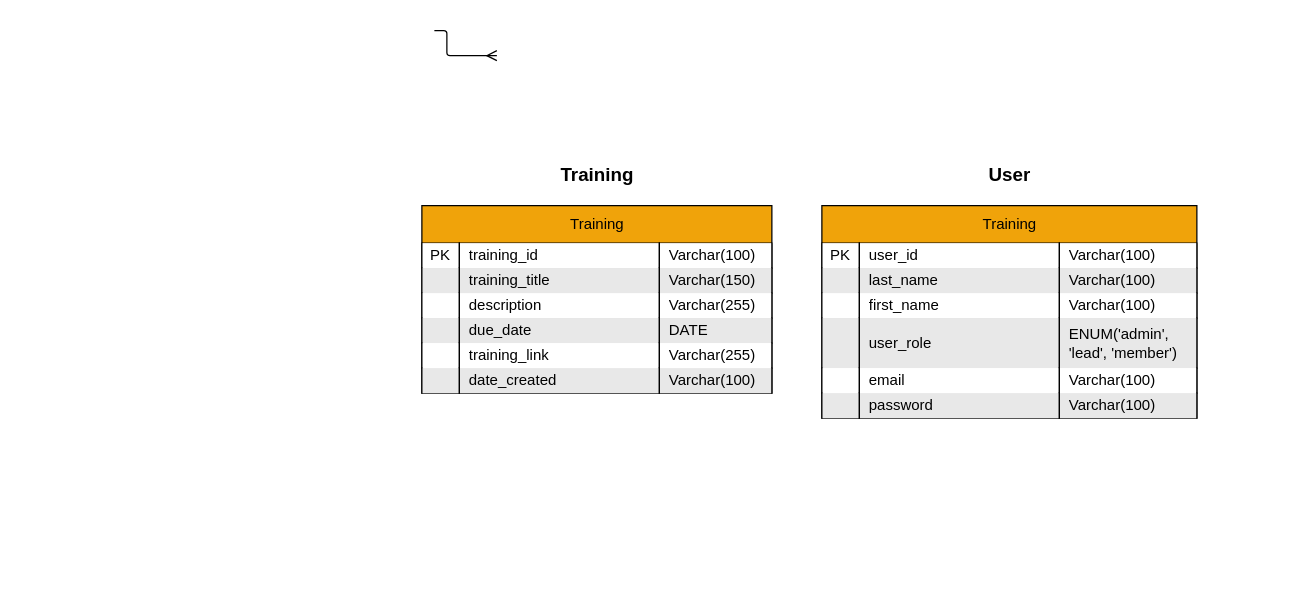
This is training-app/MJC_trainingmanagement.drawio from johncuster/TrainingNotificationCenter, a draw.io file, before an edit. Source tidied: cells renumbered, new cells numbered last; positions are measured from the earlier drawing's top-left corner, leaving out a move shared by most shapes. Both pictures are drawn from the tidied source at 125%, with x=0, y=0 at pixel (421, 30).
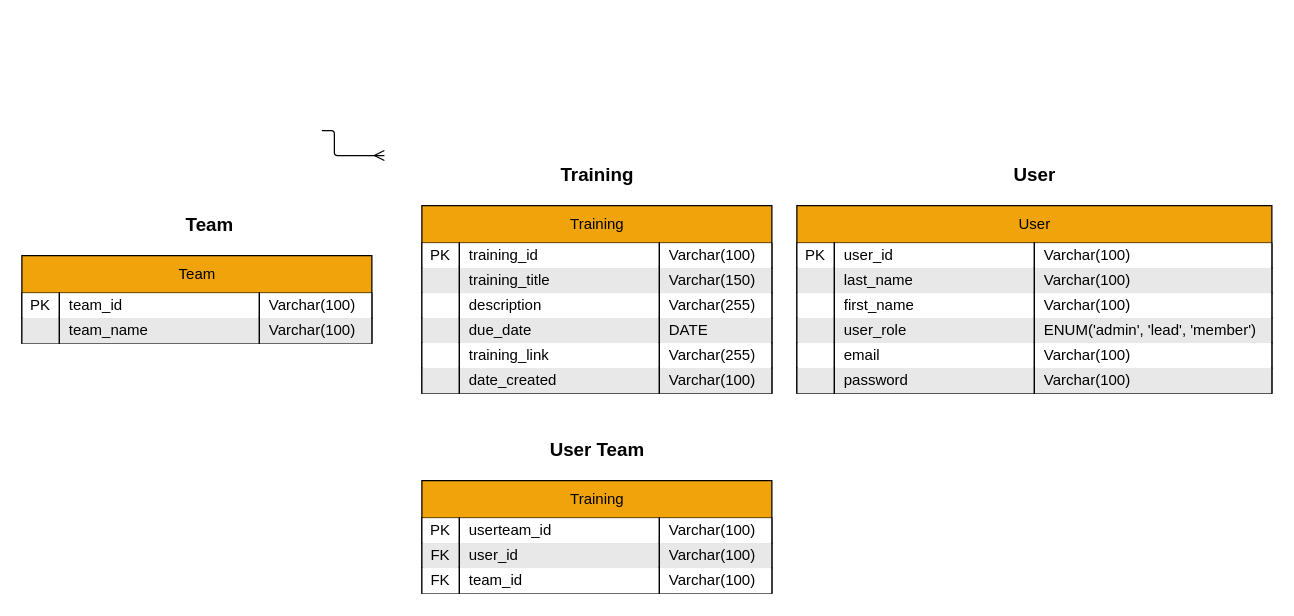
After the change.

The edit, as a diff of the source:
```diff
@@
     <mxCell id="28" style="edgeStyle=orthogonalEdgeStyle;rounded=1;hachureGap=4;orthogonalLoop=1;jettySize=auto;html=1;exitX=1;exitY=0.5;exitDx=0;exitDy=0;entryX=0;entryY=0.5;entryDx=0;entryDy=0;fontFamily=Architects Daughter;fontSize=16;strokeColor=default;arcSize=5;endArrow=ERmany;endFill=0;fillOpacity=100;snapToPoint=1;" parent="1" edge="1">
       <mxGeometry relative="1" as="geometry">
-        <mxPoint x="10" as="sourcePoint" />
-        <mxPoint x="60" y="20" as="targetPoint" />
+        <mxPoint x="-80" y="79.9" as="sourcePoint" />
+        <mxPoint x="-30" y="99.9" as="targetPoint" />
         <Array as="points">
-          <mxPoint x="20" />
-          <mxPoint x="20" y="20" />
+          <mxPoint x="-70" y="79.9" />
+          <mxPoint x="-70" y="99.9" />
         </Array>
       </mxGeometry>
     </mxCell>
-    <mxCell id="29" value="&lt;span style=&quot;font-weight: normal;&quot;&gt;Training&lt;br&gt;&lt;/span&gt;" style="shape=table;startSize=30;childLayout=tableLayout;rowLines=0;fontStyle=1;align=center;html=1;rounded=0;fillColor=#f0a30a;fontColor=#000000;strokeColor=#000000;comic=0;fillOpacity=100;" parent="1" vertex="1">
-      <mxGeometry x="320" y="140" width="300" height="170" as="geometry" />
+    <mxCell id="29" value="&lt;span style=&quot;font-weight: normal;&quot;&gt;User&lt;br&gt;&lt;/span&gt;" style="shape=table;startSize=30;childLayout=tableLayout;rowLines=0;fontStyle=1;align=center;html=1;rounded=0;fillColor=#f0a30a;fontColor=#000000;strokeColor=#000000;comic=0;fillOpacity=100;" parent="1" vertex="1">
+      <mxGeometry x="300" y="140" width="380" height="150" as="geometry" />
     </mxCell>
     <mxCell id="30" style="shape=tableRow;horizontal=0;startSize=0;swimlaneHead=0;swimlaneBody=0;fillColor=#FFFFFF;top=0;left=0;right=0;bottom=0;rounded=1;fillOpacity=100;" parent="29" vertex="1">
-      <mxGeometry y="30" width="300" height="20" as="geometry" />
+      <mxGeometry y="30" width="380" height="20" as="geometry" />
     </mxCell>
@@
     <mxCell id="33" value="Varchar(100)" style="shape=partialRectangle;fillColor=none;top=0;left=1;bottom=0;right=1;align=left;spacingLeft=6;overflow=hidden;whiteSpace=wrap;html=1;rounded=1;strokeColor=#000000;fillOpacity=100;" parent="30" vertex="1">
-      <mxGeometry x="190" width="110" height="20" as="geometry" />
+      <mxGeometry x="190" width="190" height="20" as="geometry" />
     </mxCell>
     <mxCell id="34" style="shape=tableRow;horizontal=0;startSize=0;swimlaneHead=0;swimlaneBody=0;fillColor=#E8E8E8;top=0;left=0;right=0;bottom=0;rounded=1;fillStyle=auto;fillOpacity=100;" parent="29" vertex="1">
-      <mxGeometry y="50" width="300" height="20" as="geometry" />
+      <mxGeometry y="50" width="380" height="20" as="geometry" />
     </mxCell>
@@
     <mxCell id="37" value="Varchar(100)" style="shape=partialRectangle;fillColor=#E8E8E8;top=0;left=1;bottom=0;right=1;align=left;spacingLeft=6;overflow=hidden;whiteSpace=wrap;html=1;labelBackgroundColor=none;strokeColor=#000000;fillOpacity=100;rounded=1;" parent="34" vertex="1">
-      <mxGeometry x="190" width="110" height="20" as="geometry" />
+      <mxGeometry x="190" width="190" height="20" as="geometry" />
     </mxCell>
     <mxCell id="38" style="shape=tableRow;horizontal=0;startSize=0;swimlaneHead=0;swimlaneBody=0;fillColor=#E8E8E8;top=0;left=0;right=0;bottom=0;rounded=1;fillStyle=auto;fillOpacity=100;" parent="29" vertex="1">
-      <mxGeometry y="70" width="300" height="20" as="geometry" />
+      <mxGeometry y="70" width="380" height="20" as="geometry" />
     </mxCell>
@@
     <mxCell id="41" value="Varchar(100)" style="shape=partialRectangle;fillColor=#FFFFFF;top=0;left=1;bottom=0;right=1;align=left;spacingLeft=6;overflow=hidden;whiteSpace=wrap;html=1;labelBackgroundColor=none;strokeColor=#000000;fillOpacity=100;rounded=1;" parent="38" vertex="1">
-      <mxGeometry x="190" width="110" height="20" as="geometry" />
+      <mxGeometry x="190" width="190" height="20" as="geometry" />
     </mxCell>
     <mxCell id="42" style="shape=tableRow;horizontal=0;startSize=0;swimlaneHead=0;swimlaneBody=0;fillColor=#E8E8E8;top=0;left=0;right=0;bottom=0;rounded=1;fillStyle=auto;fillOpacity=100;" parent="29" vertex="1">
-      <mxGeometry y="90" width="300" height="40" as="geometry" />
+      <mxGeometry y="90" width="380" height="20" as="geometry" />
     </mxCell>
     <mxCell id="43" style="shape=partialRectangle;fillColor=#E8E8E8;top=0;left=1;bottom=0;right=1;overflow=hidden;whiteSpace=wrap;html=1;labelBackgroundColor=none;strokeColor=#000000;fillOpacity=100;rounded=1;" parent="42" vertex="1">
-      <mxGeometry width="30" height="40" as="geometry" />
+      <mxGeometry width="30" height="20" as="geometry" />
     </mxCell>
     <mxCell id="44" value="user_role" style="shape=partialRectangle;fillColor=#E8E8E8;top=0;left=1;bottom=0;right=1;align=left;spacingLeft=6;overflow=hidden;whiteSpace=wrap;html=1;labelBackgroundColor=none;strokeColor=#000000;fillOpacity=100;rounded=1;" parent="42" vertex="1">
-      <mxGeometry x="30" width="160" height="40" as="geometry" />
+      <mxGeometry x="30" width="160" height="20" as="geometry" />
     </mxCell>
     <mxCell id="45" value="ENUM('admin', 'lead', 'member')" style="shape=partialRectangle;fillColor=#E8E8E8;top=0;left=1;bottom=0;right=1;align=left;spacingLeft=6;overflow=hidden;whiteSpace=wrap;html=1;labelBackgroundColor=none;strokeColor=#000000;fillOpacity=100;rounded=1;" parent="42" vertex="1">
-      <mxGeometry x="190" width="110" height="40" as="geometry" />
+      <mxGeometry x="190" width="190" height="20" as="geometry" />
     </mxCell>
     <mxCell id="46" style="shape=tableRow;horizontal=0;startSize=0;swimlaneHead=0;swimlaneBody=0;fillColor=none;top=0;left=0;right=0;bottom=0;rounded=1;fillOpacity=100;" parent="29" vertex="1">
-      <mxGeometry y="130" width="300" height="20" as="geometry" />
+      <mxGeometry y="110" width="380" height="20" as="geometry" />
     </mxCell>
@@
     <mxCell id="49" value="Varchar(100)" style="shape=partialRectangle;fillColor=#FFFFFF;top=0;left=1;bottom=0;right=1;align=left;spacingLeft=6;overflow=hidden;whiteSpace=wrap;html=1;labelBackgroundColor=none;rounded=1;strokeColor=#000000;fillOpacity=100;" parent="46" vertex="1">
-      <mxGeometry x="190" width="110" height="20" as="geometry" />
+      <mxGeometry x="190" width="190" height="20" as="geometry" />
     </mxCell>
     <mxCell id="50" style="shape=tableRow;horizontal=0;startSize=0;swimlaneHead=0;swimlaneBody=0;fillColor=none;top=0;left=0;right=0;bottom=0;rounded=1;fillOpacity=100;" parent="29" vertex="1">
-      <mxGeometry y="150" width="300" height="20" as="geometry" />
+      <mxGeometry y="130" width="380" height="20" as="geometry" />
     </mxCell>
@@
     <mxCell id="53" value="Varchar(100)" style="shape=partialRectangle;fillColor=#E8E8E8;top=0;left=1;bottom=0;right=1;align=left;spacingLeft=6;overflow=hidden;whiteSpace=wrap;html=1;fillOpacity=100;perimeter=rectanglePerimeter;fixDash=0;backgroundOutline=0;strokeOpacity=100;noLabel=0;labelPadding=0;labelBackgroundColor=none;rounded=1;fillStyle=auto;strokeColor=#000000;" parent="50" vertex="1">
-      <mxGeometry x="190" width="110" height="20" as="geometry" />
+      <mxGeometry x="190" width="190" height="20" as="geometry" />
     </mxCell>
     <mxCell id="54" value="User" style="text;html=1;align=center;verticalAlign=middle;strokeColor=none;fillColor=none;fontStyle=1;rounded=1;fontSize=15;fillOpacity=100;" parent="1" vertex="1">
-      <mxGeometry x="440" y="100" width="60" height="30" as="geometry" />
+      <mxGeometry x="460" y="100" width="60" height="30" as="geometry" />
     </mxCell>
+    <mxCell id="55" value="&lt;span style=&quot;font-weight: normal;&quot;&gt;Team&lt;br&gt;&lt;/span&gt;" style="shape=table;startSize=30;childLayout=tableLayout;rowLines=0;fontStyle=1;align=center;html=1;rounded=0;fillColor=#f0a30a;fontColor=#000000;strokeColor=#000000;comic=0;fillOpacity=100;" parent="1" vertex="1">
+      <mxGeometry x="-320" y="180" width="280" height="70" as="geometry" />
+    </mxCell>
+    <mxCell id="56" style="shape=tableRow;horizontal=0;startSize=0;swimlaneHead=0;swimlaneBody=0;fillColor=#FFFFFF;top=0;left=0;right=0;bottom=0;rounded=1;fillOpacity=100;" parent="55" vertex="1">
+      <mxGeometry y="30" width="280" height="20" as="geometry" />
+    </mxCell>
+    <mxCell id="57" value="PK" style="shape=partialRectangle;fillColor=none;top=0;left=1;bottom=0;right=1;overflow=hidden;whiteSpace=wrap;html=1;rounded=1;strokeColor=#000000;fillOpacity=100;" parent="56" vertex="1">
+      <mxGeometry width="30" height="20" as="geometry" />
+    </mxCell>
+    <mxCell id="58" value="team_id" style="shape=partialRectangle;fillColor=none;top=0;left=1;bottom=0;right=1;align=left;spacingLeft=6;overflow=hidden;whiteSpace=wrap;html=1;rounded=1;strokeColor=#000000;fillOpacity=100;" parent="56" vertex="1">
+      <mxGeometry x="30" width="160" height="20" as="geometry" />
+    </mxCell>
+    <mxCell id="59" value="Varchar(100)" style="shape=partialRectangle;fillColor=none;top=0;left=1;bottom=0;right=1;align=left;spacingLeft=6;overflow=hidden;whiteSpace=wrap;html=1;rounded=1;strokeColor=#000000;fillOpacity=100;" parent="56" vertex="1">
+      <mxGeometry x="190" width="90" height="20" as="geometry" />
+    </mxCell>
+    <mxCell id="60" style="shape=tableRow;horizontal=0;startSize=0;swimlaneHead=0;swimlaneBody=0;fillColor=#E8E8E8;top=0;left=0;right=0;bottom=0;rounded=1;fillStyle=auto;fillOpacity=100;" parent="55" vertex="1">
+      <mxGeometry y="50" width="280" height="20" as="geometry" />
+    </mxCell>
+    <mxCell id="61" style="shape=partialRectangle;fillColor=#E8E8E8;top=0;left=1;bottom=0;right=1;overflow=hidden;whiteSpace=wrap;html=1;labelBackgroundColor=none;strokeColor=#000000;fillOpacity=100;rounded=1;" parent="60" vertex="1">
+      <mxGeometry width="30" height="20" as="geometry" />
+    </mxCell>
+    <mxCell id="62" value="team_name" style="shape=partialRectangle;fillColor=#E8E8E8;top=0;left=1;bottom=0;right=1;align=left;spacingLeft=6;overflow=hidden;whiteSpace=wrap;html=1;labelBackgroundColor=none;strokeColor=#000000;fillOpacity=100;rounded=1;" parent="60" vertex="1">
+      <mxGeometry x="30" width="160" height="20" as="geometry" />
+    </mxCell>
+    <mxCell id="63" value="Varchar(100)" style="shape=partialRectangle;fillColor=#E8E8E8;top=0;left=1;bottom=0;right=1;align=left;spacingLeft=6;overflow=hidden;whiteSpace=wrap;html=1;labelBackgroundColor=none;strokeColor=#000000;fillOpacity=100;rounded=1;" parent="60" vertex="1">
+      <mxGeometry x="190" width="90" height="20" as="geometry" />
+    </mxCell>
+    <mxCell id="64" value="Team" style="text;html=1;align=center;verticalAlign=middle;strokeColor=none;fillColor=none;fontStyle=1;rounded=1;fontSize=15;fillOpacity=100;" parent="1" vertex="1">
+      <mxGeometry x="-200" y="140" width="60" height="30" as="geometry" />
+    </mxCell>
+    <mxCell id="65" value="&lt;span style=&quot;font-weight: normal;&quot;&gt;Training&lt;br&gt;&lt;/span&gt;" style="shape=table;startSize=30;childLayout=tableLayout;rowLines=0;fontStyle=1;align=center;html=1;rounded=0;fillColor=#f0a30a;fontColor=#000000;strokeColor=#000000;comic=0;fillOpacity=100;" parent="1" vertex="1">
+      <mxGeometry y="360" width="280" height="90" as="geometry" />
+    </mxCell>
+    <mxCell id="66" style="shape=tableRow;horizontal=0;startSize=0;swimlaneHead=0;swimlaneBody=0;fillColor=#FFFFFF;top=0;left=0;right=0;bottom=0;rounded=1;fillOpacity=100;" parent="65" vertex="1">
+      <mxGeometry y="30" width="280" height="20" as="geometry" />
+    </mxCell>
+    <mxCell id="67" value="PK" style="shape=partialRectangle;fillColor=none;top=0;left=1;bottom=0;right=1;overflow=hidden;whiteSpace=wrap;html=1;rounded=1;strokeColor=#000000;fillOpacity=100;" parent="66" vertex="1">
+      <mxGeometry width="30" height="20" as="geometry" />
+    </mxCell>
+    <mxCell id="68" value="userteam_id" style="shape=partialRectangle;fillColor=none;top=0;left=1;bottom=0;right=1;align=left;spacingLeft=6;overflow=hidden;whiteSpace=wrap;html=1;rounded=1;strokeColor=#000000;fillOpacity=100;" parent="66" vertex="1">
+      <mxGeometry x="30" width="160" height="20" as="geometry" />
+    </mxCell>
+    <mxCell id="69" value="Varchar(100)" style="shape=partialRectangle;fillColor=none;top=0;left=1;bottom=0;right=1;align=left;spacingLeft=6;overflow=hidden;whiteSpace=wrap;html=1;rounded=1;strokeColor=#000000;fillOpacity=100;" parent="66" vertex="1">
+      <mxGeometry x="190" width="90" height="20" as="geometry" />
+    </mxCell>
+    <mxCell id="70" style="shape=tableRow;horizontal=0;startSize=0;swimlaneHead=0;swimlaneBody=0;fillColor=#E8E8E8;top=0;left=0;right=0;bottom=0;rounded=1;fillStyle=auto;fillOpacity=100;" parent="65" vertex="1">
+      <mxGeometry y="50" width="280" height="20" as="geometry" />
+    </mxCell>
+    <mxCell id="71" value="FK" style="shape=partialRectangle;fillColor=#E8E8E8;top=0;left=1;bottom=0;right=1;overflow=hidden;whiteSpace=wrap;html=1;labelBackgroundColor=none;strokeColor=#000000;fillOpacity=100;rounded=1;" parent="70" vertex="1">
+      <mxGeometry width="30" height="20" as="geometry" />
+    </mxCell>
+    <mxCell id="72" value="user_id" style="shape=partialRectangle;fillColor=#E8E8E8;top=0;left=1;bottom=0;right=1;align=left;spacingLeft=6;overflow=hidden;whiteSpace=wrap;html=1;labelBackgroundColor=none;strokeColor=#000000;fillOpacity=100;rounded=1;" parent="70" vertex="1">
+      <mxGeometry x="30" width="160" height="20" as="geometry" />
+    </mxCell>
+    <mxCell id="73" value="Varchar(100)" style="shape=partialRectangle;fillColor=#E8E8E8;top=0;left=1;bottom=0;right=1;align=left;spacingLeft=6;overflow=hidden;whiteSpace=wrap;html=1;labelBackgroundColor=none;strokeColor=#000000;fillOpacity=100;rounded=1;" parent="70" vertex="1">
+      <mxGeometry x="190" width="90" height="20" as="geometry" />
+    </mxCell>
+    <mxCell id="74" style="shape=tableRow;horizontal=0;startSize=0;swimlaneHead=0;swimlaneBody=0;fillColor=#E8E8E8;top=0;left=0;right=0;bottom=0;rounded=1;fillStyle=auto;fillOpacity=100;" parent="65" vertex="1">
+      <mxGeometry y="70" width="280" height="20" as="geometry" />
+    </mxCell>
+    <mxCell id="75" value="FK" style="shape=partialRectangle;fillColor=#FFFFFF;top=0;left=1;bottom=0;right=1;overflow=hidden;whiteSpace=wrap;html=1;labelBackgroundColor=none;strokeColor=#000000;fillOpacity=100;rounded=1;" parent="74" vertex="1">
+      <mxGeometry width="30" height="20" as="geometry" />
+    </mxCell>
+    <mxCell id="76" value="team_id" style="shape=partialRectangle;fillColor=#FFFFFF;top=0;left=1;bottom=0;right=1;align=left;spacingLeft=6;overflow=hidden;whiteSpace=wrap;html=1;labelBackgroundColor=none;strokeColor=#000000;fillOpacity=100;rounded=1;" parent="74" vertex="1">
+      <mxGeometry x="30" width="160" height="20" as="geometry" />
+    </mxCell>
+    <mxCell id="77" value="Varchar(100)" style="shape=partialRectangle;fillColor=#FFFFFF;top=0;left=1;bottom=0;right=1;align=left;spacingLeft=6;overflow=hidden;whiteSpace=wrap;html=1;labelBackgroundColor=none;strokeColor=#000000;fillOpacity=100;rounded=1;" parent="74" vertex="1">
+      <mxGeometry x="190" width="90" height="20" as="geometry" />
+    </mxCell>
+    <mxCell id="78" value="User Team" style="text;html=1;align=center;verticalAlign=middle;strokeColor=none;fillColor=none;fontStyle=1;rounded=1;fontSize=15;fillOpacity=100;" parent="1" vertex="1">
+      <mxGeometry x="90" y="320" width="100" height="30" as="geometry" />
+    </mxCell>
```
